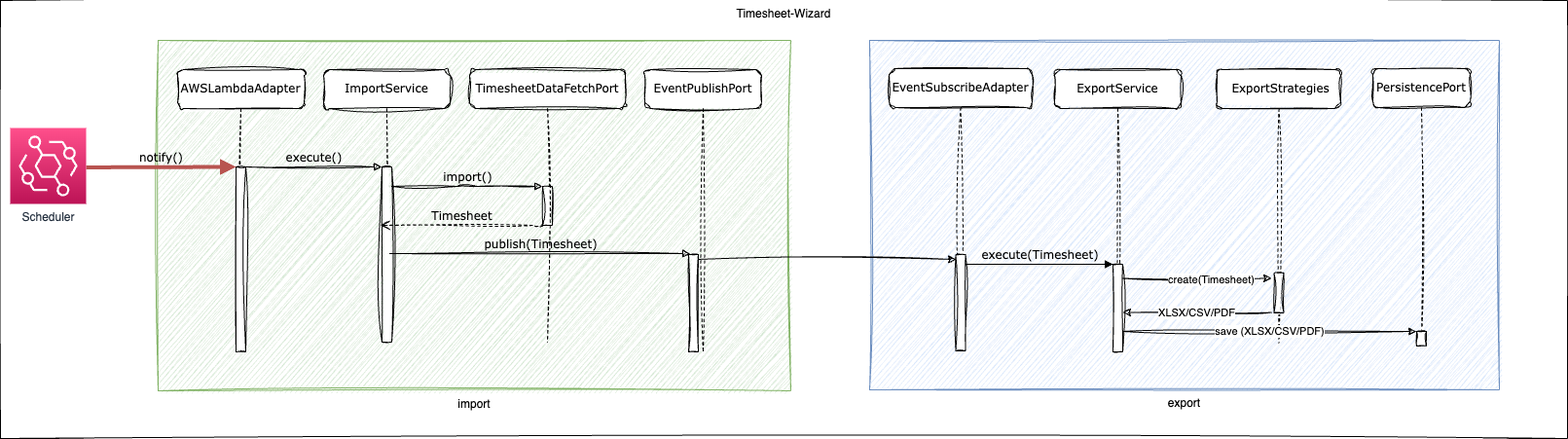
Above: docs/assets/dynamic-level-1.drawio.png in tinohertlein/timesheet-wizard (draw.io), before the change. Source tidied: cells renumbered, new cells last; positions are measured from the earlier drawing's top-left corner, leaving out a move shared by most shapes.
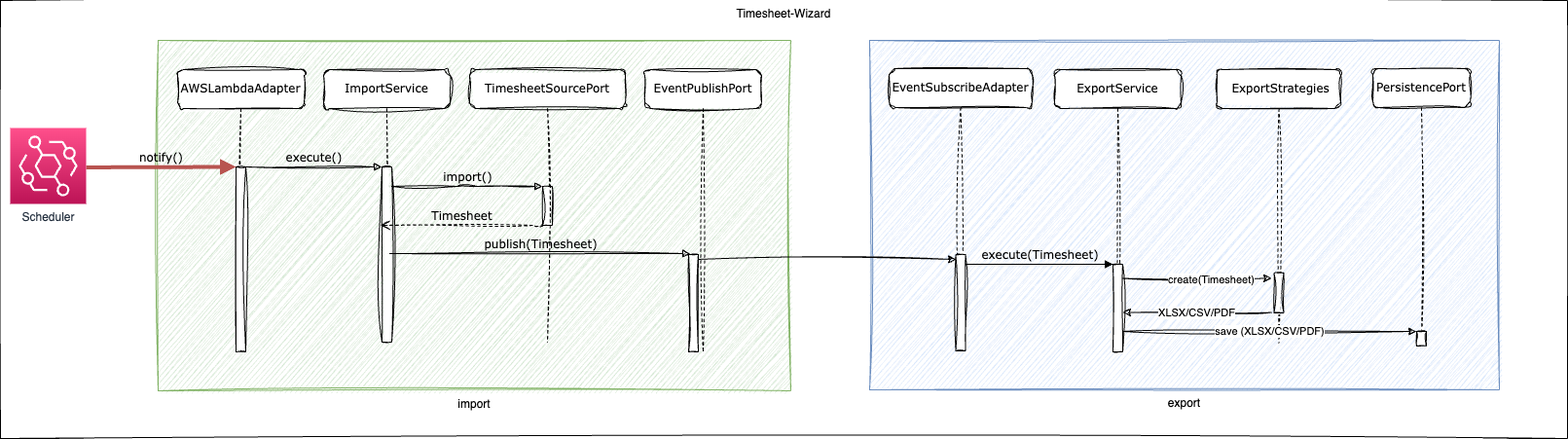
After the commit.

Change to the diagram source:
```diff
@@ -17,7 +17,7 @@
     <mxCell id="6" style="html=1;points=[];perimeter=orthogonalPerimeter;rounded=0;shadow=0;comic=0;labelBackgroundColor=none;strokeWidth=1;fontFamily=Verdana;fontSize=12;align=center;sketch=1;curveFitting=1;jiggle=2;" parent="5" vertex="1">
       <mxGeometry x="60" y="100" width="10" height="180" as="geometry" />
     </mxCell>
-    <mxCell id="7" value="TimesheetDataFetchPort" style="shape=umlLifeline;perimeter=lifelinePerimeter;whiteSpace=wrap;html=1;rounded=1;shadow=0;comic=0;labelBackgroundColor=none;strokeWidth=1;fontFamily=Verdana;fontSize=12;align=center;sketch=1;curveFitting=1;jiggle=2;" parent="1" vertex="1">
+    <mxCell id="7" value="TimesheetSourcePort" style="shape=umlLifeline;perimeter=lifelinePerimeter;whiteSpace=wrap;html=1;rounded=1;shadow=0;comic=0;labelBackgroundColor=none;strokeWidth=1;fontFamily=Verdana;fontSize=12;align=center;sketch=1;curveFitting=1;jiggle=2;" parent="1" vertex="1">
       <mxGeometry x="482" y="71" width="160" height="280" as="geometry" />
     </mxCell>
     <mxCell id="8" style="html=1;points=[];perimeter=orthogonalPerimeter;rounded=0;shadow=0;comic=0;labelBackgroundColor=none;strokeWidth=1;fontFamily=Verdana;fontSize=12;align=center;sketch=1;curveFitting=1;jiggle=2;" parent="7" vertex="1">
```
